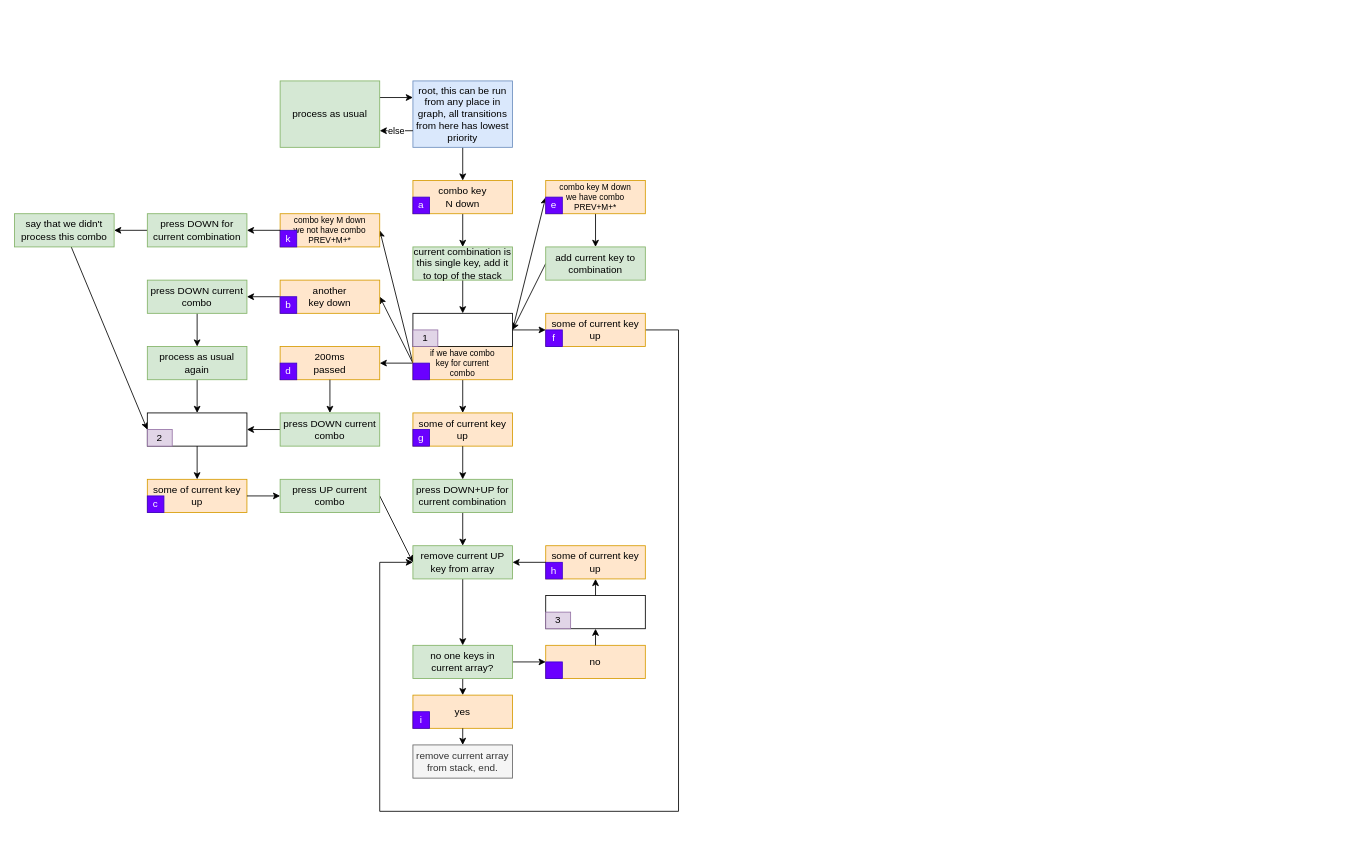
Earlier version of the draw.io diagram combo/dka.drawio (optozorax/moonlander). Source tidied: cells renumbered, new cells numbered last; positions are measured from the earlier drawing's top-left corner, leaving out a move shared by most shapes. Both pictures are drawn from the tidied source at 83%, with x=0, y=0 at pixel (14, 81).
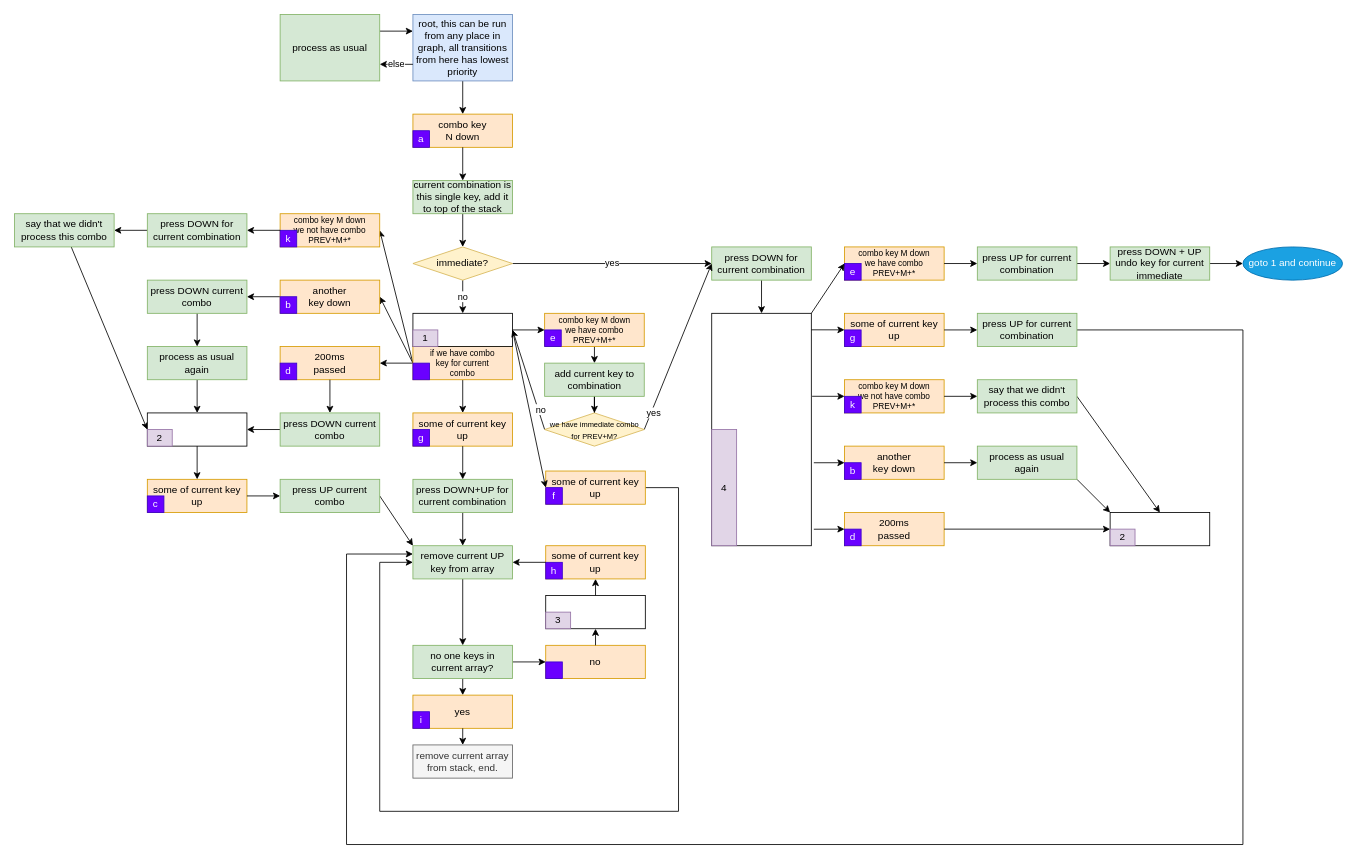
The same diagram, later.

Commit message:
add immediate chord

Unchanged cells that the change refers to:
```xml
<mxCell id="8" value="remove current UP key from array" style="rounded=0;whiteSpace=wrap;html=1;fillColor=#d5e8d4;strokeColor=#82b366;" parent="1" vertex="1">
  <mxGeometry x="480" y="560" width="120" height="40" as="geometry" />
</mxCell>
<mxCell id="23" value="press UP current combo" style="rounded=0;whiteSpace=wrap;html=1;fillColor=#d5e8d4;strokeColor=#82b366;" parent="1" vertex="1">
  <mxGeometry x="320" y="480" width="120" height="40" as="geometry" />
</mxCell>
<mxCell id="51" value="&lt;div&gt;combo key &lt;br&gt;&lt;/div&gt;&lt;div&gt;N down&lt;/div&gt;" style="rounded=0;whiteSpace=wrap;html=1;fillColor=#ffe6cc;strokeColor=#d79b00;" parent="50" vertex="1">
  <mxGeometry width="120" height="40" as="geometry" />
</mxCell>
<mxCell id="54" style="rounded=0;whiteSpace=wrap;html=1;" parent="53" vertex="1">
  <mxGeometry width="120" height="40" as="geometry" />
</mxCell>
<mxCell id="89" value="some of current key up" style="rounded=0;whiteSpace=wrap;html=1;fillColor=#ffe6cc;strokeColor=#d79b00;" parent="88" vertex="1">
  <mxGeometry width="120" height="40" as="geometry" />
</mxCell>
<mxCell id="90" value="f" style="rounded=0;whiteSpace=wrap;html=1;fillColor=#6a00ff;strokeColor=#3700CC;fontColor=#ffffff;" parent="88" vertex="1">
  <mxGeometry y="20" width="20" height="20" as="geometry" />
</mxCell>
```

Diff of the diagram source:
```diff
@@
     <mxCell id="3" value="root, this can be run from any place in graph, all transitions from here has lowest priority" style="rounded=0;whiteSpace=wrap;html=1;fillColor=#dae8fc;strokeColor=#6c8ebf;" parent="1" vertex="1">
-      <mxGeometry x="480" width="120" height="80" as="geometry" />
+      <mxGeometry x="480" y="-80" width="120" height="80" as="geometry" />
     </mxCell>
@@
     <mxCell id="5" style="edgeStyle=orthogonalEdgeStyle;rounded=0;jettySize=auto;html=1;exitX=1;exitY=0.5;exitDx=0;exitDy=0;" parent="1" edge="1" source="89" target="8">
       <mxGeometry relative="1" as="geometry">
         <Array as="points">
-          <mxPoint x="800" y="300" />
+          <mxPoint x="800" y="490" />
           <mxPoint x="800" y="880" />
           <mxPoint x="440" y="880" />
           <mxPoint x="440" y="580" />
         </Array>
       </mxGeometry>
     </mxCell>
@@
-    <mxCell id="9" style="edgeStyle=none;rounded=0;jettySize=auto;html=1;" parent="1" edge="1" source="10" target="54">
-      <mxGeometry relative="1" as="geometry" />
-    </mxCell>
-    <mxCell id="10" value="current combination is this single key, add it to top of the stack" style="rounded=0;whiteSpace=wrap;html=1;fillColor=#d5e8d4;strokeColor=#82b366;" parent="1" vertex="1">
-      <mxGeometry x="480" y="200" width="120" height="40" as="geometry" />
-    </mxCell>
@@
-    <mxCell id="20" style="edgeStyle=none;rounded=0;jettySize=auto;html=1;exitX=0;exitY=0.5;exitDx=0;exitDy=0;entryX=1;entryY=0.5;entryDx=0;entryDy=0;" parent="1" edge="1" source="21" target="54">
-      <mxGeometry relative="1" as="geometry" />
-    </mxCell>
+    <mxCell id="94" style="edgeStyle=orthogonalEdgeStyle;rounded=0;jettySize=auto;html=1;" parent="1" edge="1" source="21" target="105">
+      <mxGeometry relative="1" as="geometry" />
+    </mxCell>
     <mxCell id="21" value="add current key to combination" style="rounded=0;whiteSpace=wrap;html=1;fillColor=#d5e8d4;strokeColor=#82b366;" parent="1" vertex="1">
-      <mxGeometry x="640" y="200" width="120" height="40" as="geometry" />
+      <mxGeometry x="638.7" y="340" width="120" height="40" as="geometry" />
     </mxCell>
-    <mxCell id="22" style="edgeStyle=none;rounded=0;jettySize=auto;html=1;exitX=1;exitY=0.5;exitDx=0;exitDy=0;entryX=0;entryY=0.5;entryDx=0;entryDy=0;" parent="1" edge="1" source="23" target="8">
+    <mxCell id="22" style="edgeStyle=none;rounded=0;jettySize=auto;html=1;exitX=1;exitY=0.5;exitDx=0;exitDy=0;entryX=0;entryY=0;entryDx=0;entryDy=0;" parent="1" edge="1" source="23" target="8">
       <mxGeometry relative="1" as="geometry" />
     </mxCell>
@@
     <mxCell id="26" value="process as usual" style="rounded=0;whiteSpace=wrap;html=1;fillColor=#d5e8d4;strokeColor=#82b366;" parent="1" vertex="1">
-      <mxGeometry x="320" width="120" height="80" as="geometry" />
+      <mxGeometry x="320" y="-80" width="120" height="80" as="geometry" />
     </mxCell>
@@
-    <mxCell id="40" style="edgeStyle=none;rounded=0;jettySize=auto;html=1;" parent="1" edge="1" source="51" target="10">
-      <mxGeometry relative="1" as="geometry" />
-    </mxCell>
@@
     <mxCell id="47" style="group;" parent="1" vertex="1">
-      <mxGeometry x="640" y="120" width="120" height="40" as="geometry" />
+      <mxGeometry x="638.7" y="280" width="120" height="40" as="geometry" />
     </mxCell>
@@
     <mxCell id="50" style="group;" parent="1" vertex="1">
-      <mxGeometry x="480" y="120" width="120" height="40" as="geometry" />
+      <mxGeometry x="480" y="40" width="120" height="40" as="geometry" />
     </mxCell>
@@
     <mxCell id="88" style="group;" parent="1" vertex="1">
-      <mxGeometry x="640" y="280" width="120" height="40" as="geometry" />
+      <mxGeometry x="640" y="470" width="120" height="40" as="geometry" />
     </mxCell>
@@
-    <mxCell id="91" style="edgeStyle=none;rounded=0;jettySize=auto;html=1;" parent="1" edge="1" source="54" target="89">
+    <mxCell id="91" style="edgeStyle=none;rounded=0;jettySize=auto;html=1;exitX=1;exitY=0.5;exitDx=0;exitDy=0;entryX=0;entryY=0;entryDx=0;entryDy=0;" parent="1" edge="1" source="54" target="90">
       <mxGeometry relative="1" as="geometry" />
     </mxCell>
@@
+    <mxCell id="95" value="no" style="edgeStyle=orthogonalEdgeStyle;rounded=0;jettySize=auto;html=1;" parent="1" edge="1" source="97" target="54">
+      <mxGeometry relative="1" as="geometry" />
+    </mxCell>
+    <mxCell id="96" value="yes" style="rounded=0;jettySize=auto;html=1;entryX=0;entryY=0.5;entryDx=0;entryDy=0;exitX=1;exitY=0.5;exitDx=0;exitDy=0;" parent="1" edge="1" source="97" target="100">
+      <mxGeometry relative="1" as="geometry" />
+    </mxCell>
+    <mxCell id="97" value="immediate?" style="rhombus;whiteSpace=wrap;html=1;fillColor=#fff2cc;strokeColor=#d6b656;" parent="1" vertex="1">
+      <mxGeometry x="480" y="200" width="120" height="40" as="geometry" />
+    </mxCell>
+    <mxCell id="98" style="edgeStyle=orthogonalEdgeStyle;rounded=0;jettySize=auto;html=1;" parent="1" edge="1" source="10" target="97">
+      <mxGeometry relative="1" as="geometry" />
+    </mxCell>
+    <mxCell id="10" value="current combination is this single key, add it to top of the stack" style="rounded=0;whiteSpace=wrap;html=1;fillColor=#d5e8d4;strokeColor=#82b366;" parent="1" vertex="1">
+      <mxGeometry x="480" y="120" width="120" height="40" as="geometry" />
+    </mxCell>
+    <mxCell id="40" style="edgeStyle=orthogonalEdgeStyle;rounded=0;jettySize=auto;html=1;" parent="1" edge="1" source="51" target="10">
+      <mxGeometry relative="1" as="geometry" />
+    </mxCell>
+    <mxCell id="99" style="edgeStyle=none;rounded=0;jettySize=auto;html=1;" parent="1" edge="1" source="100" target="107">
+      <mxGeometry relative="1" as="geometry" />
+    </mxCell>
+    <mxCell id="100" value="press DOWN for current combination" style="rounded=0;whiteSpace=wrap;html=1;fillColor=#d5e8d4;strokeColor=#82b366;" parent="1" vertex="1">
+      <mxGeometry x="840" y="200" width="120" height="40" as="geometry" />
+    </mxCell>
+    <mxCell id="101" style="rounded=0;jettySize=auto;html=1;exitX=0;exitY=0.5;exitDx=0;exitDy=0;" parent="1" edge="1" source="105">
+      <mxGeometry relative="1" as="geometry">
+        <mxPoint x="600" y="300" as="targetPoint" />
+      </mxGeometry>
+    </mxCell>
+    <mxCell id="102" value="no" style="edgeLabel;html=1;align=center;verticalAlign=middle;" parent="101" vertex="1">
+      <mxGeometry x="-0.6" y="-3" relative="1" as="geometry" />
+    </mxCell>
+    <mxCell id="103" style="edgeStyle=none;rounded=0;jettySize=auto;html=1;exitX=1;exitY=0.5;exitDx=0;exitDy=0;entryX=0;entryY=0.5;entryDx=0;entryDy=0;" parent="1" edge="1" source="105" target="100">
+      <mxGeometry relative="1" as="geometry" />
+    </mxCell>
+    <mxCell id="104" value="yes" style="edgeLabel;html=1;align=center;verticalAlign=middle;" parent="103" vertex="1">
+      <mxGeometry x="-0.79" y="-2" relative="1" as="geometry" />
+    </mxCell>
+    <mxCell id="105" value="&lt;font style=&quot;font-size: 9px&quot;&gt;we have immediate combo for PREV+M?&lt;/font&gt;" style="rhombus;whiteSpace=wrap;html=1;fillColor=#fff2cc;strokeColor=#d6b656;" parent="1" vertex="1">
+      <mxGeometry x="638.7" y="400" width="120" height="40" as="geometry" />
+    </mxCell>
+    <mxCell id="106" style="group;" parent="1" vertex="1">
+      <mxGeometry x="840" y="280" width="120" height="280" as="geometry" />
+    </mxCell>
+    <mxCell id="107" style="rounded=0;whiteSpace=wrap;html=1;" parent="106" vertex="1">
+      <mxGeometry width="120" height="280" as="geometry" />
+    </mxCell>
+    <mxCell id="108" value="4" style="rounded=0;whiteSpace=wrap;html=1;fillColor=#e1d5e7;strokeColor=#9673a6;" parent="106" vertex="1">
+      <mxGeometry y="140" width="30" height="140" as="geometry" />
+    </mxCell>
+    <mxCell id="109" style="group;" parent="1" vertex="1">
+      <mxGeometry x="1000" y="520" width="120" height="40" as="geometry" />
+    </mxCell>
+    <mxCell id="110" value="&lt;div&gt;200ms&lt;/div&gt;&lt;div&gt;passed&lt;br&gt;&lt;/div&gt;" style="rounded=0;whiteSpace=wrap;html=1;fillColor=#ffe6cc;strokeColor=#d79b00;" parent="109" vertex="1">
+      <mxGeometry width="120" height="40" as="geometry" />
+    </mxCell>
+    <mxCell id="111" value="d" style="rounded=0;whiteSpace=wrap;html=1;fillColor=#6a00ff;strokeColor=#3700CC;fontColor=#ffffff;" parent="109" vertex="1">
+      <mxGeometry y="20" width="20" height="20" as="geometry" />
+    </mxCell>
+    <mxCell id="112" style="group;" parent="1" vertex="1">
+      <mxGeometry x="1000" y="440" width="120" height="40" as="geometry" />
+    </mxCell>
+    <mxCell id="113" value="&lt;div&gt;another &lt;br&gt;&lt;/div&gt;&lt;div&gt;key down&lt;/div&gt;" style="rounded=0;whiteSpace=wrap;html=1;fillColor=#ffe6cc;strokeColor=#d79b00;" parent="112" vertex="1">
+      <mxGeometry width="120" height="40" as="geometry" />
+    </mxCell>
+    <mxCell id="114" value="b" style="rounded=0;whiteSpace=wrap;html=1;fillColor=#6a00ff;strokeColor=#3700CC;fontColor=#ffffff;" parent="112" vertex="1">
+      <mxGeometry y="20" width="20" height="20" as="geometry" />
+    </mxCell>
+    <mxCell id="115" style="group;" parent="1" vertex="1">
+      <mxGeometry x="1000" y="360" width="120" height="40" as="geometry" />
+    </mxCell>
+    <mxCell id="116" value="&lt;div style=&quot;font-size: 10px&quot;&gt;&lt;font style=&quot;font-size: 10px&quot;&gt;combo key M down&lt;/font&gt;&lt;div&gt;&lt;font style=&quot;font-size: 10px&quot;&gt;we not have combo PREV+M&lt;/font&gt;&lt;font style=&quot;font-size: 10px&quot;&gt;+*&lt;/font&gt;&lt;/div&gt;&lt;/div&gt;" style="rounded=0;whiteSpace=wrap;html=1;fillColor=#ffe6cc;strokeColor=#d79b00;" parent="115" vertex="1">
+      <mxGeometry width="120" height="40" as="geometry" />
+    </mxCell>
+    <mxCell id="117" value="k" style="rounded=0;whiteSpace=wrap;html=1;fillColor=#6a00ff;strokeColor=#3700CC;fontColor=#ffffff;" parent="115" vertex="1">
+      <mxGeometry y="20" width="20" height="20" as="geometry" />
+    </mxCell>
+    <mxCell id="118" style="group;" parent="1" vertex="1">
+      <mxGeometry x="1000" y="200" width="120" height="40" as="geometry" />
+    </mxCell>
+    <mxCell id="119" value="&lt;div style=&quot;font-size: 10px&quot;&gt;&lt;font style=&quot;font-size: 10px&quot;&gt;combo key M down&lt;/font&gt;&lt;div&gt;&lt;font style=&quot;font-size: 10px&quot;&gt;we have combo PREV+M&lt;/font&gt;&lt;font style=&quot;font-size: 10px&quot;&gt;+*&lt;/font&gt;&lt;/div&gt;&lt;/div&gt;" style="rounded=0;whiteSpace=wrap;html=1;fillColor=#ffe6cc;strokeColor=#d79b00;" parent="118" vertex="1">
+      <mxGeometry width="120" height="40" as="geometry" />
+    </mxCell>
+    <mxCell id="120" value="e" style="rounded=0;whiteSpace=wrap;html=1;fillColor=#6a00ff;strokeColor=#3700CC;fontColor=#ffffff;" parent="118" vertex="1">
+      <mxGeometry y="20" width="20" height="20" as="geometry" />
+    </mxCell>
+    <mxCell id="121" style="group;" parent="1" vertex="1">
+      <mxGeometry x="1000" y="280" width="120" height="40" as="geometry" />
+    </mxCell>
+    <mxCell id="122" value="some of current key up" style="rounded=0;whiteSpace=wrap;html=1;fillColor=#ffe6cc;strokeColor=#d79b00;" parent="121" vertex="1">
+      <mxGeometry width="120" height="40" as="geometry" />
+    </mxCell>
+    <mxCell id="123" value="g" style="rounded=0;whiteSpace=wrap;html=1;fillColor=#6a00ff;strokeColor=#3700CC;fontColor=#ffffff;" parent="121" vertex="1">
+      <mxGeometry y="20" width="20" height="20" as="geometry" />
+    </mxCell>
+    <mxCell id="124" style="edgeStyle=none;rounded=0;jettySize=auto;html=1;exitX=1;exitY=0.071;exitDx=0;exitDy=0;exitPerimeter=0;" parent="1" edge="1" source="107" target="122">
+      <mxGeometry relative="1" as="geometry" />
+    </mxCell>
+    <mxCell id="125" style="edgeStyle=none;rounded=0;jettySize=auto;html=1;entryX=0;entryY=0;entryDx=0;entryDy=0;exitX=1.008;exitY=0.357;exitDx=0;exitDy=0;exitPerimeter=0;" parent="1" edge="1" source="107" target="117">
+      <mxGeometry relative="1" as="geometry" />
+    </mxCell>
+    <mxCell id="126" style="edgeStyle=none;rounded=0;jettySize=auto;html=1;entryX=0;entryY=0.5;entryDx=0;entryDy=0;exitX=1.025;exitY=0.643;exitDx=0;exitDy=0;exitPerimeter=0;" parent="1" edge="1" source="107" target="113">
+      <mxGeometry relative="1" as="geometry" />
+    </mxCell>
+    <mxCell id="127" style="edgeStyle=none;rounded=0;jettySize=auto;html=1;entryX=0;entryY=0;entryDx=0;entryDy=0;exitX=1.025;exitY=0.929;exitDx=0;exitDy=0;exitPerimeter=0;" parent="1" edge="1" source="107" target="111">
+      <mxGeometry relative="1" as="geometry" />
+    </mxCell>
+    <mxCell id="128" style="edgeStyle=none;rounded=0;jettySize=auto;html=1;entryX=0;entryY=0;entryDx=0;entryDy=0;exitX=1;exitY=0;exitDx=0;exitDy=0;" parent="1" edge="1" source="107" target="120">
+      <mxGeometry relative="1" as="geometry" />
+    </mxCell>
+    <mxCell id="129" value="goto 1 and continue" style="ellipse;whiteSpace=wrap;html=1;fillColor=#1ba1e2;strokeColor=#006EAF;fontColor=#ffffff;" parent="1" vertex="1">
+      <mxGeometry x="1480" y="200" width="120" height="40" as="geometry" />
+    </mxCell>
+    <mxCell id="130" style="edgeStyle=none;rounded=0;jettySize=auto;html=1;entryX=0;entryY=0.5;entryDx=0;entryDy=0;exitX=1;exitY=0.5;exitDx=0;exitDy=0;" parent="1" edge="1" source="131" target="134">
+      <mxGeometry relative="1" as="geometry" />
+    </mxCell>
+    <mxCell id="131" value="press UP for current combination" style="rounded=0;whiteSpace=wrap;html=1;fillColor=#d5e8d4;strokeColor=#82b366;" parent="1" vertex="1">
+      <mxGeometry x="1160" y="200" width="120" height="40" as="geometry" />
+    </mxCell>
+    <mxCell id="132" style="edgeStyle=none;rounded=0;jettySize=auto;html=1;" parent="1" edge="1" source="119" target="131">
+      <mxGeometry relative="1" as="geometry" />
+    </mxCell>
+    <mxCell id="133" style="edgeStyle=none;rounded=0;jettySize=auto;html=1;" parent="1" edge="1" source="134" target="129">
+      <mxGeometry relative="1" as="geometry" />
+    </mxCell>
+    <mxCell id="134" value="press DOWN + UP undo key for current immediate" style="rounded=0;whiteSpace=wrap;html=1;fillColor=#d5e8d4;strokeColor=#82b366;" parent="1" vertex="1">
+      <mxGeometry x="1320" y="200" width="120" height="40" as="geometry" />
+    </mxCell>
+    <mxCell id="135" style="edgeStyle=none;rounded=0;jettySize=auto;html=1;entryX=0;entryY=0;entryDx=0;entryDy=0;exitX=1;exitY=1;exitDx=0;exitDy=0;" parent="1" edge="1" source="136" target="139">
+      <mxGeometry relative="1" as="geometry" />
+    </mxCell>
+    <mxCell id="136" value="process as usual again" style="rounded=0;whiteSpace=wrap;html=1;fillColor=#d5e8d4;strokeColor=#82b366;" parent="1" vertex="1">
+      <mxGeometry x="1160" y="440" width="120" height="40" as="geometry" />
+    </mxCell>
+    <mxCell id="137" style="edgeStyle=none;rounded=0;jettySize=auto;html=1;" parent="1" edge="1" source="113" target="136">
+      <mxGeometry relative="1" as="geometry" />
+    </mxCell>
+    <mxCell id="138" style="group;" parent="1" vertex="1">
+      <mxGeometry x="1320" y="520" width="120" height="40" as="geometry" />
+    </mxCell>
+    <mxCell id="139" style="rounded=0;whiteSpace=wrap;html=1;" parent="138" vertex="1">
+      <mxGeometry width="120" height="40" as="geometry" />
+    </mxCell>
+    <mxCell id="140" value="2" style="rounded=0;whiteSpace=wrap;html=1;fillColor=#e1d5e7;strokeColor=#9673a6;" parent="138" vertex="1">
+      <mxGeometry y="20" width="30" height="20" as="geometry" />
+    </mxCell>
+    <mxCell id="141" style="edgeStyle=none;rounded=0;jettySize=auto;html=1;entryX=0.5;entryY=0;entryDx=0;entryDy=0;exitX=1;exitY=0.5;exitDx=0;exitDy=0;" parent="1" edge="1" source="142" target="139">
+      <mxGeometry relative="1" as="geometry" />
+    </mxCell>
+    <mxCell id="142" value="say that we didn't process this combo" style="rounded=0;whiteSpace=wrap;html=1;fillColor=#d5e8d4;strokeColor=#82b366;" parent="1" vertex="1">
+      <mxGeometry x="1160" y="360" width="120" height="40" as="geometry" />
+    </mxCell>
+    <mxCell id="143" style="edgeStyle=none;rounded=0;jettySize=auto;html=1;" parent="1" edge="1" source="116" target="142">
+      <mxGeometry relative="1" as="geometry" />
+    </mxCell>
+    <mxCell id="144" style="edgeStyle=none;rounded=0;jettySize=auto;html=1;entryX=0;entryY=0;entryDx=0;entryDy=0;exitX=1;exitY=0.5;exitDx=0;exitDy=0;" parent="1" edge="1" source="110" target="140">
+      <mxGeometry relative="1" as="geometry" />
+    </mxCell>
+    <mxCell id="145" style="edgeStyle=orthogonalEdgeStyle;rounded=0;jettySize=auto;html=1;" parent="1" edge="1" source="146" target="8">
+      <mxGeometry relative="1" as="geometry">
+        <Array as="points">
+          <mxPoint x="1480" y="300" />
+          <mxPoint x="1480" y="920" />
+          <mxPoint x="400" y="920" />
+          <mxPoint x="400" y="570" />
+        </Array>
+      </mxGeometry>
+    </mxCell>
+    <mxCell id="146" value="press UP for current combination" style="rounded=0;whiteSpace=wrap;html=1;fillColor=#d5e8d4;strokeColor=#82b366;" parent="1" vertex="1">
+      <mxGeometry x="1160" y="280" width="120" height="40" as="geometry" />
+    </mxCell>
+    <mxCell id="147" style="edgeStyle=none;rounded=0;jettySize=auto;html=1;" parent="1" edge="1" source="122" target="146">
+      <mxGeometry relative="1" as="geometry" />
+    </mxCell>
```
